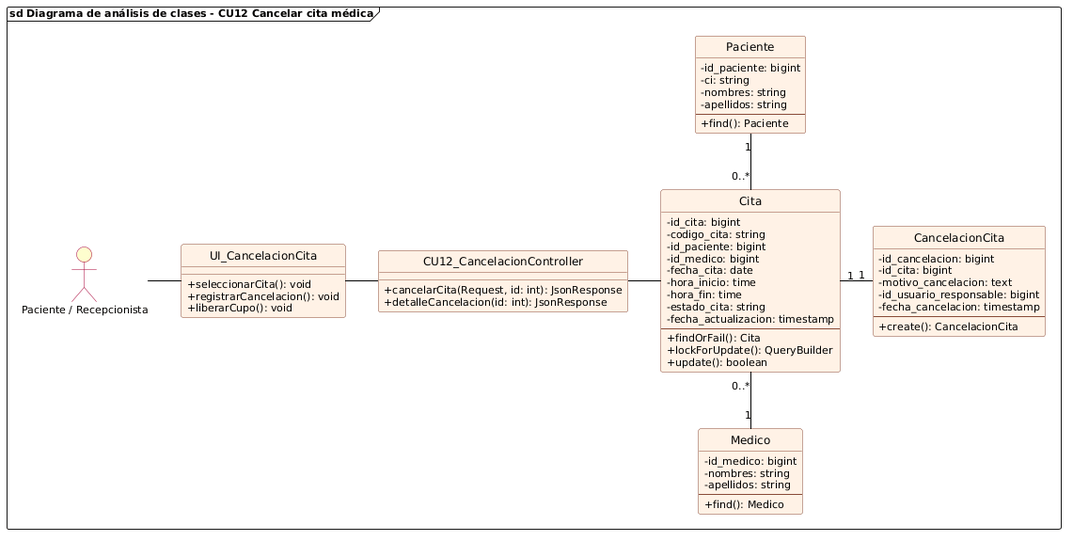
This is diagramas/cu12_analisis_cancelar_cita.png from DiogoMars777/CITAS_MEDICAS, a PlantUML export, as it was before one commit.
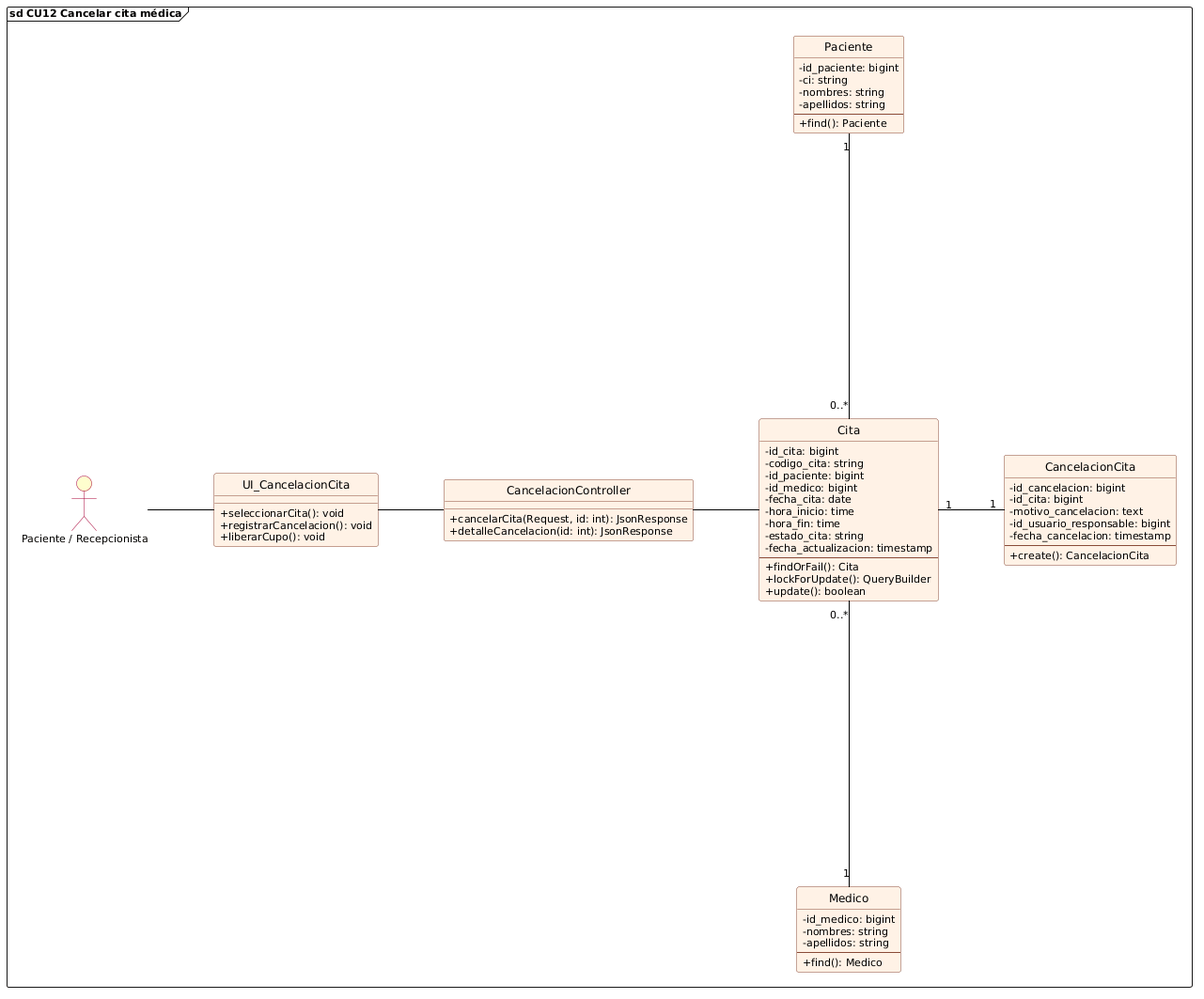
After the commit.

Change to the diagram source:
```diff
@@ -1,6 +1,9 @@
 @startuml cu12_analisis_cancelar_cita
 allowmixing
 
+skinparam linetype ortho
+skinparam nodesep 70
+skinparam ranksep 60
 skinparam backgroundColor white
 skinparam defaultFontName "Segoe UI"
 skinparam defaultFontSize 11
@@ -21,7 +24,7 @@
     BorderColor #A80036
 }
 
-frame "sd Diagrama de análisis de clases - CU12 Cancelar cita médica" {
+frame "sd CU12 Cancelar cita médica" {
     actor "Paciente / Recepcionista" as ActorCanc
 
     class UI_CancelacionCita {
@@ -30,7 +33,7 @@
         + liberarCupo(): void
     }
 
-    class CU12_CancelacionController {
+    class CancelacionController {
         + cancelarCita(Request, id: int): JsonResponse
         + detalleCancelacion(id: int): JsonResponse
     }
@@ -79,11 +82,11 @@
     }
 
     ActorCanc -right- UI_CancelacionCita
-    UI_CancelacionCita -right- CU12_CancelacionController
-    CU12_CancelacionController -right- Cita
+    UI_CancelacionCita -right- CancelacionController
+    CancelacionController -right- Cita
 
-    Cita "1" -right- "1" CancelacionCita
-    Cita "0..*" -up- "1" Paciente
-    Cita "0..*" -down- "1" Medico
+    Cita "1" ---right--- "1" CancelacionCita
+    Cita "0..*" ---up--- "1" Paciente
+    Cita "0..*" ---down--- "1" Medico
 }
 @enduml
```
